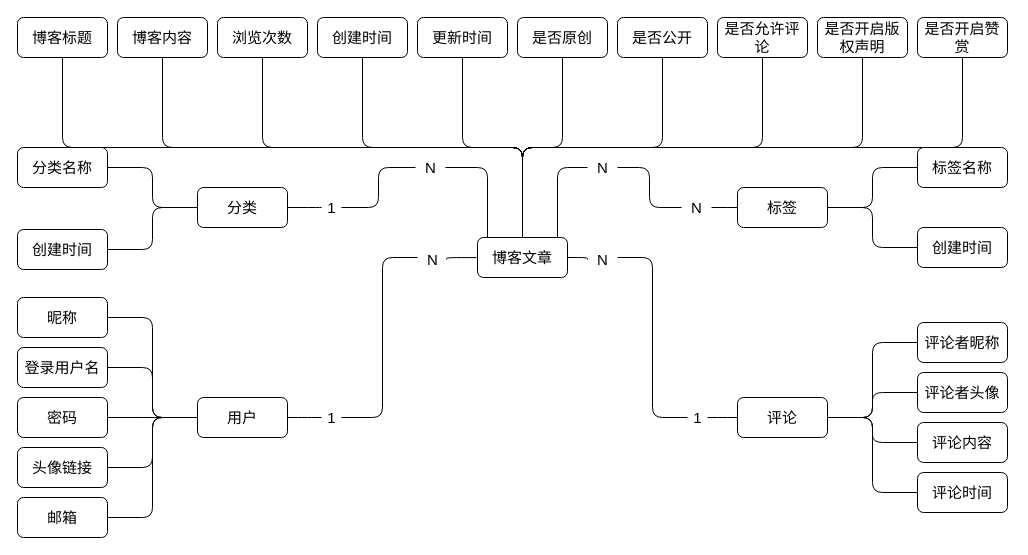
This is 实体类设计ER图.drawio from Roookie-langp/diagrams, a draw.io file, before an edit. Source tidied: cells renumbered, new cells numbered last; positions are measured from the earlier drawing's top-left corner, leaving out a move shared by most shapes. Both pictures are drawn from the tidied source at 100%, with x=0, y=0 at pixel (17, 17).
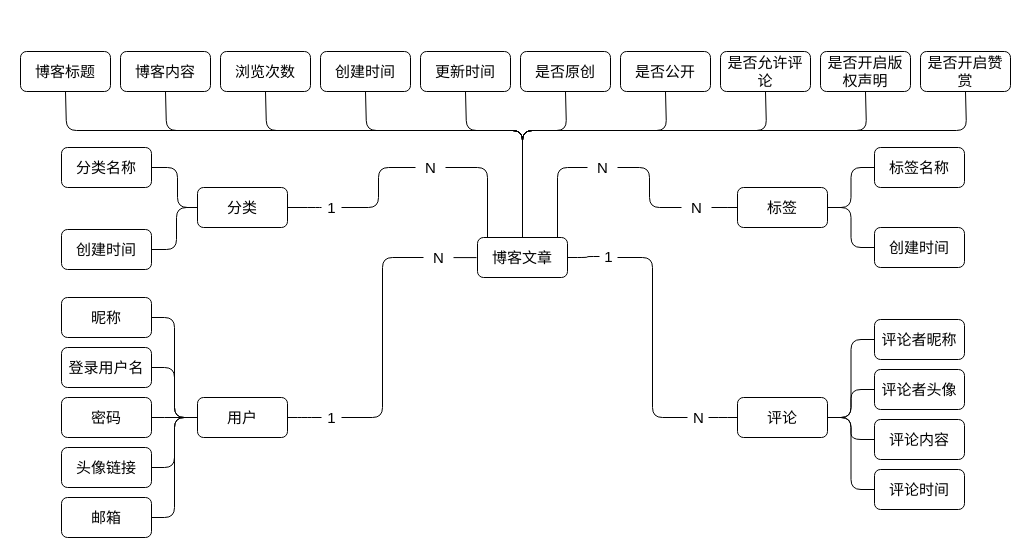
The same diagram, later.

Commit message (it also covers changes not shown here):
更新实体类设计ER图.drawio

The change refers to these unchanged cells:
```xml
<mxCell id="16" value="博客文章" style="rounded=1;whiteSpace=wrap;html=1;fontSize=15;" parent="1" vertex="1">
  <mxGeometry x="460" y="220" width="90" height="40" as="geometry" />
</mxCell>
<mxCell id="29" value="分类" style="rounded=1;whiteSpace=wrap;html=1;fontSize=15;" parent="1" vertex="1">
  <mxGeometry x="180" y="170" width="90" height="40" as="geometry" />
</mxCell>
<mxCell id="67" value="1" style="text;html=1;align=center;verticalAlign=middle;points=[];strokeColor=none;fillColor=none;fontSize=15;fontFamily=Helvetica;fontColor=default;" parent="1" vertex="1">
  <mxGeometry x="304" y="390" width="20" height="20" as="geometry" />
</mxCell>
```

Change to the diagram source:
```diff
@@
     <mxCell id="2" style="edgeStyle=orthogonalEdgeStyle;shape=connector;rounded=1;jettySize=auto;html=1;entryX=0.5;entryY=1;entryDx=0;entryDy=0;labelBackgroundColor=default;fontFamily=Helvetica;fontSize=15;fontColor=default;endArrow=none;strokeColor=default;elbow=vertical;startArrow=none;startFill=0;endFill=0;exitX=0.5;exitY=0;exitDx=0;exitDy=0;" parent="1" edge="1" source="16" target="17">
-      <mxGeometry relative="1" as="geometry" />
+      <mxGeometry relative="1" as="geometry">
+        <Array as="points">
+          <mxPoint x="505" y="113" />
+          <mxPoint x="49" y="113" />
+        </Array>
+      </mxGeometry>
     </mxCell>
     <mxCell id="3" style="edgeStyle=orthogonalEdgeStyle;shape=connector;rounded=1;jettySize=auto;html=1;entryX=0.5;entryY=1;entryDx=0;entryDy=0;labelBackgroundColor=default;fontFamily=Helvetica;fontSize=15;fontColor=default;startArrow=none;startFill=0;endArrow=none;endFill=0;strokeColor=default;elbow=vertical;exitX=0.5;exitY=0;exitDx=0;exitDy=0;" parent="1" edge="1" source="16" target="19">
-      <mxGeometry relative="1" as="geometry" />
+      <mxGeometry relative="1" as="geometry">
+        <Array as="points">
+          <mxPoint x="505" y="113" />
+          <mxPoint x="149" y="113" />
+        </Array>
+      </mxGeometry>
     </mxCell>
     <mxCell id="4" style="edgeStyle=orthogonalEdgeStyle;shape=connector;rounded=1;jettySize=auto;html=1;entryX=0.5;entryY=1;entryDx=0;entryDy=0;labelBackgroundColor=default;fontFamily=Helvetica;fontSize=15;fontColor=default;startArrow=none;startFill=0;endArrow=none;endFill=0;strokeColor=default;elbow=vertical;exitX=0.5;exitY=0;exitDx=0;exitDy=0;" parent="1" edge="1" source="16" target="22">
-      <mxGeometry relative="1" as="geometry" />
+      <mxGeometry relative="1" as="geometry">
+        <Array as="points">
+          <mxPoint x="505" y="113" />
+          <mxPoint x="249" y="113" />
+        </Array>
+      </mxGeometry>
     </mxCell>
     <mxCell id="5" style="edgeStyle=orthogonalEdgeStyle;shape=connector;rounded=1;jettySize=auto;html=1;entryX=0.5;entryY=1;entryDx=0;entryDy=0;labelBackgroundColor=default;fontFamily=Helvetica;fontSize=15;fontColor=default;startArrow=none;startFill=0;endArrow=none;endFill=0;strokeColor=default;elbow=vertical;exitX=0.5;exitY=0;exitDx=0;exitDy=0;" parent="1" edge="1" source="16" target="21">
-      <mxGeometry relative="1" as="geometry" />
+      <mxGeometry relative="1" as="geometry">
+        <Array as="points">
+          <mxPoint x="505" y="113" />
+          <mxPoint x="349" y="113" />
+        </Array>
+      </mxGeometry>
     </mxCell>
     <mxCell id="6" style="edgeStyle=orthogonalEdgeStyle;shape=connector;rounded=1;jettySize=auto;html=1;entryX=0.5;entryY=1;entryDx=0;entryDy=0;labelBackgroundColor=default;fontFamily=Helvetica;fontSize=15;fontColor=default;startArrow=none;startFill=0;endArrow=none;endFill=0;strokeColor=default;elbow=vertical;" parent="1" edge="1" source="16" target="20">
-      <mxGeometry relative="1" as="geometry" />
+      <mxGeometry relative="1" as="geometry">
+        <Array as="points">
+          <mxPoint x="505" y="113" />
+          <mxPoint x="449" y="113" />
+        </Array>
+      </mxGeometry>
     </mxCell>
     <mxCell id="7" style="edgeStyle=orthogonalEdgeStyle;shape=connector;rounded=1;jettySize=auto;html=1;entryX=0.5;entryY=1;entryDx=0;entryDy=0;labelBackgroundColor=default;fontFamily=Helvetica;fontSize=15;fontColor=default;startArrow=none;startFill=0;endArrow=none;endFill=0;strokeColor=default;elbow=vertical;" parent="1" edge="1" source="16" target="18">
-      <mxGeometry relative="1" as="geometry" />
+      <mxGeometry relative="1" as="geometry">
+        <Array as="points">
+          <mxPoint x="505" y="113" />
+          <mxPoint x="549" y="113" />
+        </Array>
+      </mxGeometry>
     </mxCell>
     <mxCell id="8" style="edgeStyle=orthogonalEdgeStyle;shape=connector;rounded=1;jettySize=auto;html=1;entryX=0.5;entryY=1;entryDx=0;entryDy=0;labelBackgroundColor=default;fontFamily=Helvetica;fontSize=15;fontColor=default;startArrow=none;startFill=0;endArrow=none;endFill=0;strokeColor=default;elbow=vertical;exitX=0.5;exitY=0;exitDx=0;exitDy=0;" parent="1" edge="1" source="16" target="25">
-      <mxGeometry relative="1" as="geometry" />
+      <mxGeometry relative="1" as="geometry">
+        <Array as="points">
+          <mxPoint x="505" y="113" />
+          <mxPoint x="649" y="113" />
+        </Array>
+      </mxGeometry>
     </mxCell>
     <mxCell id="9" style="edgeStyle=orthogonalEdgeStyle;shape=connector;rounded=1;jettySize=auto;html=1;entryX=0.5;entryY=1;entryDx=0;entryDy=0;labelBackgroundColor=default;fontFamily=Helvetica;fontSize=15;fontColor=default;startArrow=none;startFill=0;endArrow=none;endFill=0;strokeColor=default;elbow=vertical;exitX=0.5;exitY=0;exitDx=0;exitDy=0;" parent="1" edge="1" source="16" target="24">
-      <mxGeometry relative="1" as="geometry" />
+      <mxGeometry relative="1" as="geometry">
+        <Array as="points">
+          <mxPoint x="505" y="113" />
+          <mxPoint x="749" y="113" />
+        </Array>
+      </mxGeometry>
     </mxCell>
     <mxCell id="10" style="edgeStyle=orthogonalEdgeStyle;shape=connector;rounded=1;jettySize=auto;html=1;entryX=0.5;entryY=1;entryDx=0;entryDy=0;labelBackgroundColor=default;fontFamily=Helvetica;fontSize=15;fontColor=default;startArrow=none;startFill=0;endArrow=none;endFill=0;strokeColor=default;elbow=vertical;exitX=0.5;exitY=0;exitDx=0;exitDy=0;" parent="1" edge="1" source="16" target="23">
-      <mxGeometry relative="1" as="geometry" />
+      <mxGeometry relative="1" as="geometry">
+        <Array as="points">
+          <mxPoint x="505" y="113" />
+          <mxPoint x="849" y="113" />
+        </Array>
+      </mxGeometry>
     </mxCell>
     <mxCell id="11" style="edgeStyle=orthogonalEdgeStyle;shape=connector;rounded=1;jettySize=auto;html=1;entryX=0.5;entryY=1;entryDx=0;entryDy=0;labelBackgroundColor=default;fontFamily=Helvetica;fontSize=15;fontColor=default;startArrow=none;startFill=0;endArrow=none;endFill=0;strokeColor=default;elbow=vertical;exitX=0.5;exitY=0;exitDx=0;exitDy=0;" parent="1" edge="1" source="16" target="26">
-      <mxGeometry relative="1" as="geometry" />
+      <mxGeometry relative="1" as="geometry">
+        <Array as="points">
+          <mxPoint x="505" y="113" />
+          <mxPoint x="949" y="113" />
+        </Array>
+      </mxGeometry>
     </mxCell>
@@
     <mxCell id="17" value="博客标题" style="rounded=1;whiteSpace=wrap;html=1;fontSize=15;" parent="1" vertex="1">
-      <mxGeometry width="90" height="40" as="geometry" />
+      <mxGeometry x="3" y="34" width="90" height="40" as="geometry" />
     </mxCell>
     <mxCell id="18" value="是否原创" style="rounded=1;whiteSpace=wrap;html=1;fontSize=15;" parent="1" vertex="1">
-      <mxGeometry x="500" width="90" height="40" as="geometry" />
+      <mxGeometry x="503" y="34" width="90" height="40" as="geometry" />
     </mxCell>
     <mxCell id="19" value="博客内容" style="rounded=1;whiteSpace=wrap;html=1;fontSize=15;" parent="1" vertex="1">
-      <mxGeometry x="100" width="90" height="40" as="geometry" />
+      <mxGeometry x="103" y="34" width="90" height="40" as="geometry" />
     </mxCell>
     <mxCell id="20" value="更新时间" style="rounded=1;whiteSpace=wrap;html=1;fontSize=15;" parent="1" vertex="1">
-      <mxGeometry x="400" width="90" height="40" as="geometry" />
+      <mxGeometry x="403" y="34" width="90" height="40" as="geometry" />
     </mxCell>
     <mxCell id="21" value="创建时间" style="rounded=1;whiteSpace=wrap;html=1;fontSize=15;" parent="1" vertex="1">
-      <mxGeometry x="300" width="90" height="40" as="geometry" />
+      <mxGeometry x="303" y="34" width="90" height="40" as="geometry" />
     </mxCell>
     <mxCell id="22" value="浏览次数" style="rounded=1;whiteSpace=wrap;html=1;fontSize=15;" parent="1" vertex="1">
-      <mxGeometry x="200" width="90" height="40" as="geometry" />
+      <mxGeometry x="203" y="34" width="90" height="40" as="geometry" />
     </mxCell>
     <mxCell id="23" value="是否开启版权声明" style="rounded=1;whiteSpace=wrap;html=1;fontSize=15;" parent="1" vertex="1">
-      <mxGeometry x="800" width="90" height="40" as="geometry" />
+      <mxGeometry x="803" y="34" width="90" height="40" as="geometry" />
     </mxCell>
     <mxCell id="24" value="是否允许评论" style="rounded=1;whiteSpace=wrap;html=1;fontSize=15;" parent="1" vertex="1">
-      <mxGeometry x="700" width="90" height="40" as="geometry" />
+      <mxGeometry x="703" y="34" width="90" height="40" as="geometry" />
     </mxCell>
     <mxCell id="25" value="是否公开" style="rounded=1;whiteSpace=wrap;html=1;fontSize=15;" parent="1" vertex="1">
-      <mxGeometry x="600" width="90" height="40" as="geometry" />
+      <mxGeometry x="603" y="34" width="90" height="40" as="geometry" />
     </mxCell>
     <mxCell id="26" value="是否开启赞赏" style="rounded=1;whiteSpace=wrap;html=1;fontSize=15;" parent="1" vertex="1">
-      <mxGeometry x="900" width="90" height="40" as="geometry" />
+      <mxGeometry x="903" y="34" width="90" height="40" as="geometry" />
     </mxCell>
     <mxCell id="27" style="edgeStyle=orthogonalEdgeStyle;shape=connector;rounded=1;jettySize=auto;html=1;entryX=1;entryY=0.5;entryDx=0;entryDy=0;labelBackgroundColor=default;fontFamily=Helvetica;fontSize=15;fontColor=default;startArrow=none;startFill=0;endArrow=none;endFill=0;strokeColor=default;elbow=vertical;" parent="1" edge="1" source="29" target="30">
-      <mxGeometry relative="1" as="geometry" />
+      <mxGeometry relative="1" as="geometry">
+        <Array as="points">
+          <mxPoint x="160" y="190" />
+          <mxPoint x="160" y="150" />
+        </Array>
+      </mxGeometry>
     </mxCell>
     <mxCell id="28" style="edgeStyle=orthogonalEdgeStyle;shape=connector;rounded=1;jettySize=auto;html=1;entryX=1;entryY=0.5;entryDx=0;entryDy=0;labelBackgroundColor=default;fontFamily=Helvetica;fontSize=15;fontColor=default;startArrow=none;startFill=0;endArrow=none;endFill=0;strokeColor=default;elbow=vertical;" parent="1" edge="1" source="29" target="31">
-      <mxGeometry relative="1" as="geometry" />
+      <mxGeometry relative="1" as="geometry">
+        <Array as="points">
+          <mxPoint x="159" y="190" />
+          <mxPoint x="159" y="232" />
+        </Array>
+      </mxGeometry>
     </mxCell>
@@
     <mxCell id="30" value="分类名称" style="rounded=1;whiteSpace=wrap;html=1;fontSize=15;" parent="1" vertex="1">
-      <mxGeometry y="130" width="90" height="40" as="geometry" />
+      <mxGeometry x="44" y="130" width="90" height="40" as="geometry" />
     </mxCell>
     <mxCell id="31" value="创建时间" style="rounded=1;whiteSpace=wrap;html=1;fontSize=15;" parent="1" vertex="1">
-      <mxGeometry y="212" width="90" height="40" as="geometry" />
+      <mxGeometry x="44" y="212" width="90" height="40" as="geometry" />
     </mxCell>
@@
     <mxCell id="34" value="昵称" style="rounded=1;whiteSpace=wrap;html=1;fontSize=15;" parent="1" vertex="1">
-      <mxGeometry y="280" width="90" height="40" as="geometry" />
+      <mxGeometry x="44" y="280" width="90" height="40" as="geometry" />
     </mxCell>
@@
     <mxCell id="36" value="邮箱" style="rounded=1;whiteSpace=wrap;html=1;fontSize=15;" parent="1" vertex="1">
-      <mxGeometry y="480" width="90" height="40" as="geometry" />
+      <mxGeometry x="44" y="480" width="90" height="40" as="geometry" />
     </mxCell>
@@
     <mxCell id="38" value="登录用户名" style="rounded=1;whiteSpace=wrap;html=1;fontSize=15;" parent="1" vertex="1">
-      <mxGeometry y="330" width="90" height="40" as="geometry" />
+      <mxGeometry x="44" y="330" width="90" height="40" as="geometry" />
     </mxCell>
@@
     <mxCell id="40" value="头像链接" style="rounded=1;whiteSpace=wrap;html=1;fontSize=15;" parent="1" vertex="1">
-      <mxGeometry y="430" width="90" height="40" as="geometry" />
+      <mxGeometry x="44" y="430" width="90" height="40" as="geometry" />
     </mxCell>
@@
     <mxCell id="42" value="密码" style="rounded=1;whiteSpace=wrap;html=1;fontSize=15;" parent="1" vertex="1">
-      <mxGeometry y="380" width="90" height="40" as="geometry" />
+      <mxGeometry x="44" y="380" width="90" height="40" as="geometry" />
     </mxCell>
@@
     <mxCell id="48" value="评论者昵称" style="rounded=1;whiteSpace=wrap;html=1;fontSize=15;" parent="1" vertex="1">
-      <mxGeometry x="900" y="305" width="90" height="40" as="geometry" />
+      <mxGeometry x="857" y="302" width="90" height="40" as="geometry" />
     </mxCell>
     <mxCell id="49" value="评论者头像" style="rounded=1;whiteSpace=wrap;html=1;fontSize=15;" parent="1" vertex="1">
-      <mxGeometry x="900" y="355" width="90" height="40" as="geometry" />
+      <mxGeometry x="857" y="352" width="90" height="40" as="geometry" />
     </mxCell>
     <mxCell id="50" value="评论时间" style="rounded=1;whiteSpace=wrap;html=1;fontSize=15;" parent="1" vertex="1">
-      <mxGeometry x="900" y="455" width="90" height="40" as="geometry" />
+      <mxGeometry x="857" y="452" width="90" height="40" as="geometry" />
     </mxCell>
     <mxCell id="51" value="评论内容" style="rounded=1;whiteSpace=wrap;html=1;fontSize=15;" parent="1" vertex="1">
-      <mxGeometry x="900" y="405" width="90" height="40" as="geometry" />
+      <mxGeometry x="857" y="402" width="90" height="40" as="geometry" />
     </mxCell>
@@
     <mxCell id="55" value="标签名称" style="rounded=1;whiteSpace=wrap;html=1;fontSize=15;" parent="1" vertex="1">
-      <mxGeometry x="900" y="130" width="90" height="40" as="geometry" />
+      <mxGeometry x="857" y="130" width="90" height="40" as="geometry" />
     </mxCell>
     <mxCell id="56" value="创建时间" style="rounded=1;whiteSpace=wrap;html=1;fontSize=15;" parent="1" vertex="1">
-      <mxGeometry x="900" y="210" width="90" height="40" as="geometry" />
+      <mxGeometry x="857" y="210" width="90" height="40" as="geometry" />
     </mxCell>
@@
-    <mxCell id="65" value="N" style="text;html=1;align=center;verticalAlign=middle;points=[];strokeColor=none;fillColor=none;fontSize=15;fontFamily=Helvetica;fontColor=default;" parent="1" vertex="1">
-      <mxGeometry x="400" y="232" width="30" height="20" as="geometry" />
-    </mxCell>
-    <mxCell id="66" style="edgeStyle=orthogonalEdgeStyle;shape=connector;rounded=1;orthogonalLoop=1;jettySize=auto;html=1;entryX=1;entryY=0.5;entryDx=0;entryDy=0;labelBackgroundColor=default;fontFamily=Helvetica;fontSize=15;fontColor=default;startArrow=none;startFill=0;endArrow=none;endFill=0;strokeColor=default;" parent="1" edge="1">
-      <mxGeometry relative="1" as="geometry">
-        <mxPoint x="459" y="240.1" as="sourcePoint" />
-        <mxPoint x="429" y="242" as="targetPoint" />
-      </mxGeometry>
-    </mxCell>
@@
-    <mxCell id="68" style="edgeStyle=orthogonalEdgeStyle;shape=connector;rounded=1;jettySize=auto;html=1;entryX=1;entryY=0.5;entryDx=0;entryDy=0;labelBackgroundColor=default;fontFamily=Helvetica;fontSize=15;fontColor=default;startArrow=none;startFill=0;endArrow=none;endFill=0;strokeColor=default;" parent="1" edge="1" source="65" target="67">
+    <mxCell id="68" style="edgeStyle=orthogonalEdgeStyle;shape=connector;rounded=1;jettySize=auto;html=1;entryX=1;entryY=0.5;entryDx=0;entryDy=0;labelBackgroundColor=default;fontFamily=Helvetica;fontSize=15;fontColor=default;startArrow=none;startFill=0;endArrow=none;endFill=0;strokeColor=default;fontStyle=1;" parent="1" edge="1" source="65" target="67">
       <mxGeometry relative="1" as="geometry">
         <Array as="points">
           <mxPoint x="365" y="240" />
           <mxPoint x="365" y="400" />
         </Array>
       </mxGeometry>
     </mxCell>
-    <mxCell id="69" value="N" style="text;html=1;align=center;verticalAlign=middle;points=[];strokeColor=none;fillColor=none;fontSize=15;fontFamily=Helvetica;fontColor=default;" parent="1" vertex="1">
-      <mxGeometry x="570" y="232" width="30" height="20" as="geometry" />
+    <mxCell id="69" value="1" style="text;html=1;align=center;verticalAlign=middle;points=[];strokeColor=none;fillColor=none;fontSize=15;fontFamily=Helvetica;fontColor=default;" parent="1" vertex="1">
+      <mxGeometry x="582" y="228" width="18" height="22" as="geometry" />
     </mxCell>
@@
-    <mxCell id="71" value="1" style="text;html=1;align=center;verticalAlign=middle;points=[];strokeColor=none;fillColor=none;fontSize=15;fontFamily=Helvetica;fontColor=default;" parent="1" vertex="1">
-      <mxGeometry x="670" y="390" width="20" height="20" as="geometry" />
+    <mxCell id="71" value="N" style="text;html=1;align=center;verticalAlign=middle;points=[];strokeColor=none;fillColor=none;fontSize=15;fontFamily=Helvetica;fontColor=default;" parent="1" vertex="1">
+      <mxGeometry x="670" y="389" width="21" height="22" as="geometry" />
     </mxCell>
@@
+    <mxCell id="65" value="N" style="text;html=1;align=center;verticalAlign=middle;points=[];strokeColor=none;fillColor=none;fontSize=15;fontFamily=Helvetica;fontColor=default;" parent="1" vertex="1">
+      <mxGeometry x="406" y="230" width="30" height="20" as="geometry" />
+    </mxCell>
+    <mxCell id="73" style="edgeStyle=orthogonalEdgeStyle;shape=connector;rounded=1;jettySize=auto;html=1;entryX=1;entryY=0.5;entryDx=0;entryDy=0;labelBackgroundColor=default;fontFamily=Helvetica;fontSize=15;fontColor=default;startArrow=none;startFill=0;endArrow=none;endFill=0;strokeColor=default;" parent="1" edge="1" target="65">
+      <mxGeometry relative="1" as="geometry">
+        <mxPoint x="459" y="240.1" as="sourcePoint" />
+      </mxGeometry>
+    </mxCell>
```
